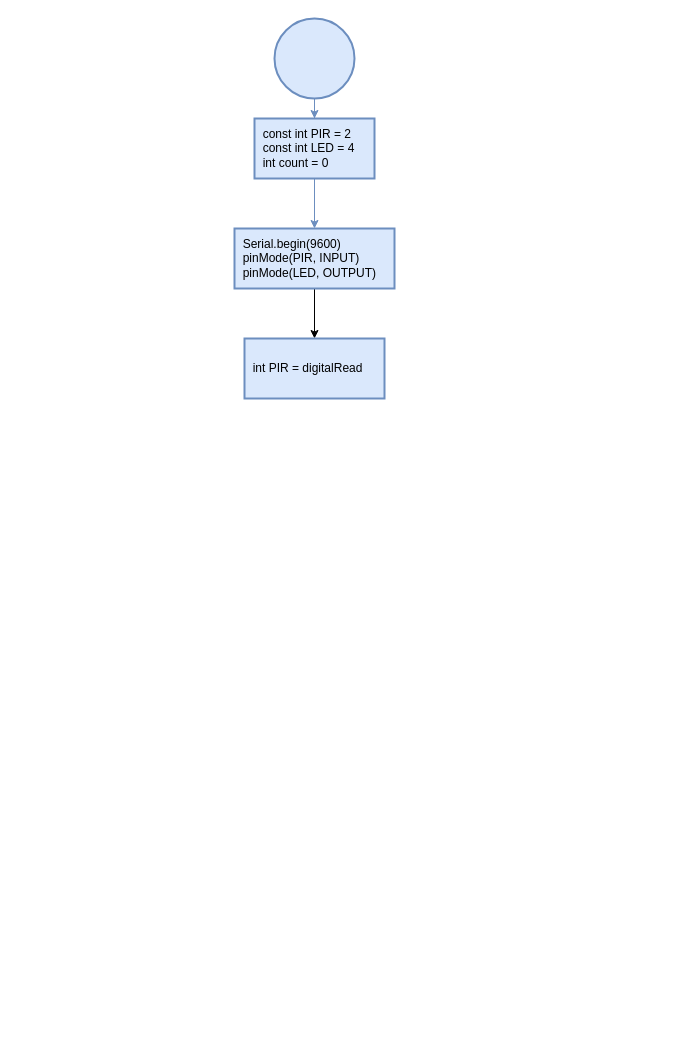
This is RID_Sensor.drawio from JangHyeongJun-0523/IoT_Project, a draw.io file, before an edit. Source tidied: cells renumbered, new cells numbered last; positions are measured from the earlier drawing's top-left corner, leaving out a move shared by most shapes. Both pictures are drawn from the tidied source at 100%, with x=0, y=0 at pixel (234, 18).
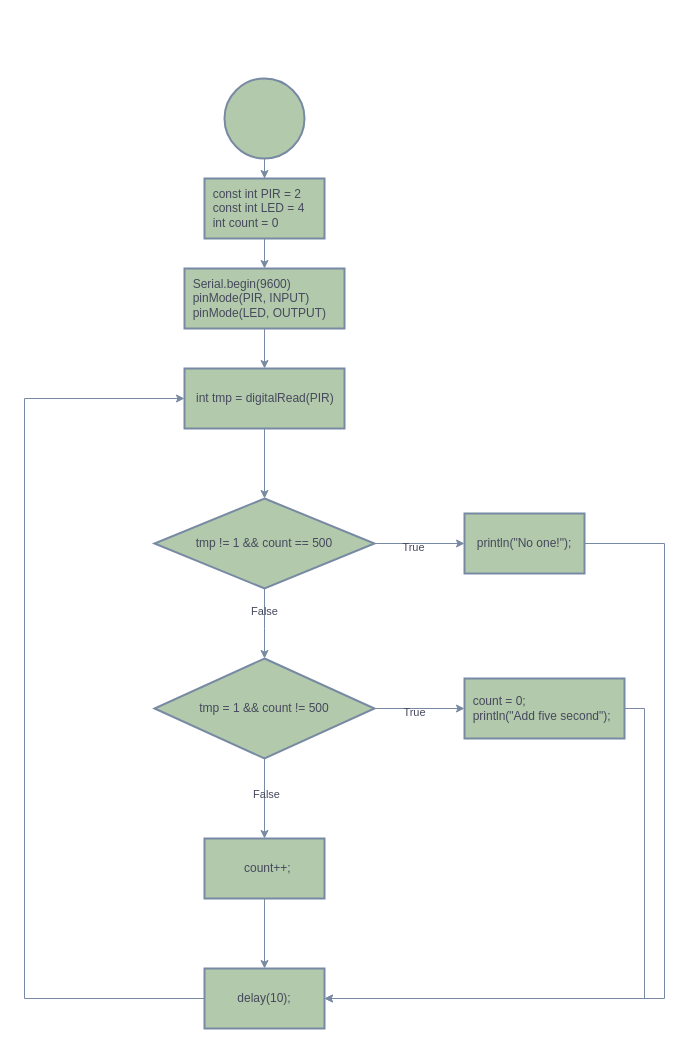
After the change.

The edit, as a diff of the source:
```diff
@@
-    <mxCell id="2" style="edgeStyle=orthogonalEdgeStyle;rounded=0;jettySize=auto;html=1;fillColor=#dae8fc;strokeColor=#6c8ebf;" parent="1" edge="1" source="3" target="5">
+    <mxCell id="2" style="edgeStyle=orthogonalEdgeStyle;rounded=0;jettySize=auto;html=1;fillColor=#B2C9AB;strokeColor=#788AA3;labelBackgroundColor=none;fontColor=default;" parent="1" edge="1" source="3" target="5">
       <mxGeometry relative="1" as="geometry" />
     </mxCell>
-    <mxCell id="3" style="strokeWidth=2;html=1;shape=mxgraph.flowchart.start_2;whiteSpace=wrap;fillColor=#dae8fc;strokeColor=#6c8ebf;" parent="1" vertex="1">
-      <mxGeometry x="40" width="80" height="80" as="geometry" />
+    <mxCell id="3" style="strokeWidth=2;html=1;shape=mxgraph.flowchart.start_2;whiteSpace=wrap;fillColor=#B2C9AB;strokeColor=#788AA3;labelBackgroundColor=none;fontColor=#46495D;" parent="1" vertex="1">
+      <mxGeometry x="-10" y="60" width="80" height="80" as="geometry" />
     </mxCell>
-    <mxCell id="4" style="edgeStyle=orthogonalEdgeStyle;rounded=0;jettySize=auto;html=1;fillColor=#dae8fc;strokeColor=#6c8ebf;" parent="1" edge="1" source="5" target="7">
+    <mxCell id="4" style="edgeStyle=orthogonalEdgeStyle;rounded=0;jettySize=auto;html=1;fillColor=#B2C9AB;strokeColor=#788AA3;labelBackgroundColor=none;fontColor=default;" parent="1" edge="1" source="5" target="7">
       <mxGeometry relative="1" as="geometry" />
     </mxCell>
-    <mxCell id="5" value="&amp;nbsp; const int PIR = 2&lt;div&gt;&amp;nbsp; const int LED = 4&lt;/div&gt;&lt;div&gt;&amp;nbsp; int count = 0&lt;/div&gt;" style="whiteSpace=wrap;html=1;strokeWidth=2;align=left;fillColor=#dae8fc;strokeColor=#6c8ebf;" parent="1" vertex="1">
-      <mxGeometry x="20" y="100" width="120" height="60" as="geometry" />
+    <mxCell id="5" value="&amp;nbsp; const int PIR = 2&lt;div&gt;&amp;nbsp; const int LED = 4&lt;/div&gt;&lt;div&gt;&amp;nbsp; int count = 0&lt;/div&gt;" style="whiteSpace=wrap;html=1;strokeWidth=2;align=left;fillColor=#B2C9AB;strokeColor=#788AA3;labelBackgroundColor=none;fontColor=#46495D;" parent="1" vertex="1">
+      <mxGeometry x="-30" y="160" width="120" height="60" as="geometry" />
     </mxCell>
-    <mxCell id="6" style="edgeStyle=orthogonalEdgeStyle;rounded=0;jettySize=auto;html=1;" parent="1" edge="1" source="7" target="8">
+    <mxCell id="6" style="edgeStyle=orthogonalEdgeStyle;rounded=0;jettySize=auto;html=1;labelBackgroundColor=none;strokeColor=#788AA3;fontColor=default;" parent="1" edge="1" source="7" target="8">
       <mxGeometry relative="1" as="geometry" />
     </mxCell>
-    <mxCell id="7" value="&lt;div&gt;&amp;nbsp; Serial.begin(9600)&lt;/div&gt;&lt;div&gt;&amp;nbsp; pinMode(PIR, INPUT)&lt;br&gt;&lt;/div&gt;&lt;div&gt;&amp;nbsp; pinMode(LED, OUTPUT)&lt;/div&gt;" style="whiteSpace=wrap;html=1;align=left;fillColor=#dae8fc;strokeColor=#6c8ebf;strokeWidth=2;" parent="1" vertex="1">
-      <mxGeometry y="210" width="160" height="60" as="geometry" />
+    <mxCell id="7" value="&lt;div&gt;&amp;nbsp; Serial.begin(9600)&lt;/div&gt;&lt;div&gt;&amp;nbsp; pinMode(PIR, INPUT)&lt;br&gt;&lt;/div&gt;&lt;div&gt;&amp;nbsp; pinMode(LED, OUTPUT)&lt;/div&gt;" style="whiteSpace=wrap;html=1;align=left;fillColor=#B2C9AB;strokeColor=#788AA3;strokeWidth=2;labelBackgroundColor=none;fontColor=#46495D;" parent="1" vertex="1">
+      <mxGeometry x="-50" y="250" width="160" height="60" as="geometry" />
     </mxCell>
+    <mxCell id="9" style="edgeStyle=orthogonalEdgeStyle;rounded=0;jettySize=auto;html=1;labelBackgroundColor=none;strokeColor=#788AA3;fontColor=default;" parent="1" edge="1" source="8" target="14">
+      <mxGeometry relative="1" as="geometry" />
+    </mxCell>
-    <mxCell id="8" value="&amp;nbsp; int PIR = digitalRead" style="whiteSpace=wrap;html=1;align=left;fillColor=#dae8fc;strokeColor=#6c8ebf;strokeWidth=2;" parent="1" vertex="1">
-      <mxGeometry x="10" y="320" width="140" height="60" as="geometry" />
+    <mxCell id="8" value="&amp;nbsp; &amp;nbsp;int tmp = digitalRead(PIR)" style="whiteSpace=wrap;html=1;align=left;fillColor=#B2C9AB;strokeColor=#788AA3;strokeWidth=2;labelBackgroundColor=none;fontColor=#46495D;" parent="1" vertex="1">
+      <mxGeometry x="-50" y="350" width="160" height="60" as="geometry" />
     </mxCell>
+    <mxCell id="10" style="edgeStyle=orthogonalEdgeStyle;rounded=0;jettySize=auto;html=1;labelBackgroundColor=none;strokeColor=#788AA3;fontColor=default;" parent="1" edge="1" source="14" target="16">
+      <mxGeometry relative="1" as="geometry" />
+    </mxCell>
+    <mxCell id="11" value="True" style="edgeLabel;html=1;align=center;verticalAlign=middle;labelBackgroundColor=none;fontColor=#46495D;" parent="10" vertex="1">
+      <mxGeometry x="-0.15" y="-3" relative="1" as="geometry" />
+    </mxCell>
+    <mxCell id="12" style="edgeStyle=orthogonalEdgeStyle;rounded=0;jettySize=auto;html=1;labelBackgroundColor=none;strokeColor=#788AA3;fontColor=default;" parent="1" edge="1" source="14" target="21">
+      <mxGeometry relative="1" as="geometry">
+        <Array as="points">
+          <mxPoint x="30" y="610" />
+          <mxPoint x="30" y="610" />
+        </Array>
+      </mxGeometry>
+    </mxCell>
+    <mxCell id="13" value="False" style="edgeLabel;html=1;align=center;verticalAlign=middle;labelBackgroundColor=none;fontColor=#46495D;" parent="12" vertex="1">
+      <mxGeometry x="-0.38" y="-1" relative="1" as="geometry" />
+    </mxCell>
+    <mxCell id="14" value="tmp != 1 &amp;amp;&amp;amp; count == 500" style="rhombus;whiteSpace=wrap;html=1;align=center;fillColor=#B2C9AB;strokeColor=#788AA3;strokeWidth=2;labelBackgroundColor=none;fontColor=#46495D;" parent="1" vertex="1">
+      <mxGeometry x="-80" y="480" width="220" height="90" as="geometry" />
+    </mxCell>
+    <mxCell id="15" style="edgeStyle=orthogonalEdgeStyle;rounded=0;jettySize=auto;html=1;exitX=1;exitY=0.5;exitDx=0;exitDy=0;entryX=1;entryY=0.5;entryDx=0;entryDy=0;labelBackgroundColor=none;strokeColor=#788AA3;fontColor=default;" parent="1" edge="1" source="16" target="27">
+      <mxGeometry relative="1" as="geometry">
+        <Array as="points">
+          <mxPoint x="430" y="525" />
+          <mxPoint x="430" y="980" />
+        </Array>
+      </mxGeometry>
+    </mxCell>
+    <mxCell id="16" value="println(&quot;No one!&quot;);" style="whiteSpace=wrap;html=1;fillColor=#B2C9AB;strokeColor=#788AA3;strokeWidth=2;labelBackgroundColor=none;fontColor=#46495D;" parent="1" vertex="1">
+      <mxGeometry x="230" y="495" width="120" height="60" as="geometry" />
+    </mxCell>
+    <mxCell id="17" style="edgeStyle=orthogonalEdgeStyle;rounded=0;jettySize=auto;html=1;labelBackgroundColor=none;strokeColor=#788AA3;fontColor=default;" parent="1" edge="1" source="21" target="23">
+      <mxGeometry relative="1" as="geometry" />
+    </mxCell>
+    <mxCell id="18" value="True" style="edgeLabel;html=1;align=center;verticalAlign=middle;labelBackgroundColor=none;fontColor=#46495D;" parent="17" vertex="1">
+      <mxGeometry x="-0.14" y="-3" relative="1" as="geometry" />
+    </mxCell>
+    <mxCell id="19" style="edgeStyle=orthogonalEdgeStyle;rounded=0;jettySize=auto;html=1;entryX=0.5;entryY=0;entryDx=0;entryDy=0;labelBackgroundColor=none;strokeColor=#788AA3;fontColor=default;" parent="1" edge="1" source="21" target="25">
+      <mxGeometry relative="1" as="geometry" />
+    </mxCell>
+    <mxCell id="20" value="False" style="edgeLabel;html=1;align=center;verticalAlign=middle;labelBackgroundColor=none;fontColor=#46495D;" parent="19" vertex="1">
+      <mxGeometry x="-0.12" y="1" relative="1" as="geometry" />
+    </mxCell>
+    <mxCell id="21" value="tmp = 1 &amp;amp;&amp;amp; count != 500" style="rhombus;whiteSpace=wrap;html=1;fillColor=#B2C9AB;strokeColor=#788AA3;strokeWidth=2;labelBackgroundColor=none;fontColor=#46495D;" parent="1" vertex="1">
+      <mxGeometry x="-80" y="640" width="220" height="100" as="geometry" />
+    </mxCell>
+    <mxCell id="22" style="edgeStyle=orthogonalEdgeStyle;rounded=0;jettySize=auto;html=1;exitX=1;exitY=0.5;exitDx=0;exitDy=0;entryX=1;entryY=0.5;entryDx=0;entryDy=0;labelBackgroundColor=none;strokeColor=#788AA3;fontColor=default;" parent="1" edge="1" source="23" target="27">
+      <mxGeometry relative="1" as="geometry" />
+    </mxCell>
+    <mxCell id="23" value="&amp;nbsp; count = 0;&lt;div&gt;&amp;nbsp; println(&quot;Add five second&quot;);&lt;/div&gt;" style="whiteSpace=wrap;html=1;fillColor=#B2C9AB;strokeColor=#788AA3;strokeWidth=2;align=left;labelBackgroundColor=none;fontColor=#46495D;" parent="1" vertex="1">
+      <mxGeometry x="230" y="660" width="160" height="60" as="geometry" />
+    </mxCell>
+    <mxCell id="24" style="edgeStyle=orthogonalEdgeStyle;rounded=0;jettySize=auto;html=1;exitX=0.5;exitY=1;exitDx=0;exitDy=0;labelBackgroundColor=none;strokeColor=#788AA3;fontColor=default;" parent="1" edge="1" source="25" target="27">
+      <mxGeometry relative="1" as="geometry" />
+    </mxCell>
+    <mxCell id="25" value="&lt;span style=&quot;text-align: left;&quot;&gt;&amp;nbsp; count++;&lt;/span&gt;" style="whiteSpace=wrap;html=1;fillColor=#B2C9AB;strokeColor=#788AA3;strokeWidth=2;labelBackgroundColor=none;fontColor=#46495D;" parent="1" vertex="1">
+      <mxGeometry x="-30" y="820" width="120" height="60" as="geometry" />
+    </mxCell>
+    <mxCell id="26" style="edgeStyle=orthogonalEdgeStyle;rounded=0;jettySize=auto;html=1;exitX=0;exitY=0.5;exitDx=0;exitDy=0;entryX=0;entryY=0.5;entryDx=0;entryDy=0;labelBackgroundColor=none;strokeColor=#788AA3;fontColor=default;" parent="1" edge="1" source="27" target="8">
+      <mxGeometry relative="1" as="geometry">
+        <Array as="points">
+          <mxPoint x="-210" y="980" />
+          <mxPoint x="-210" y="380" />
+        </Array>
+      </mxGeometry>
+    </mxCell>
+    <mxCell id="27" value="delay(10);" style="whiteSpace=wrap;html=1;fillColor=#B2C9AB;strokeColor=#788AA3;strokeWidth=2;labelBackgroundColor=none;fontColor=#46495D;" parent="1" vertex="1">
+      <mxGeometry x="-30" y="950" width="120" height="60" as="geometry" />
+    </mxCell>
```
